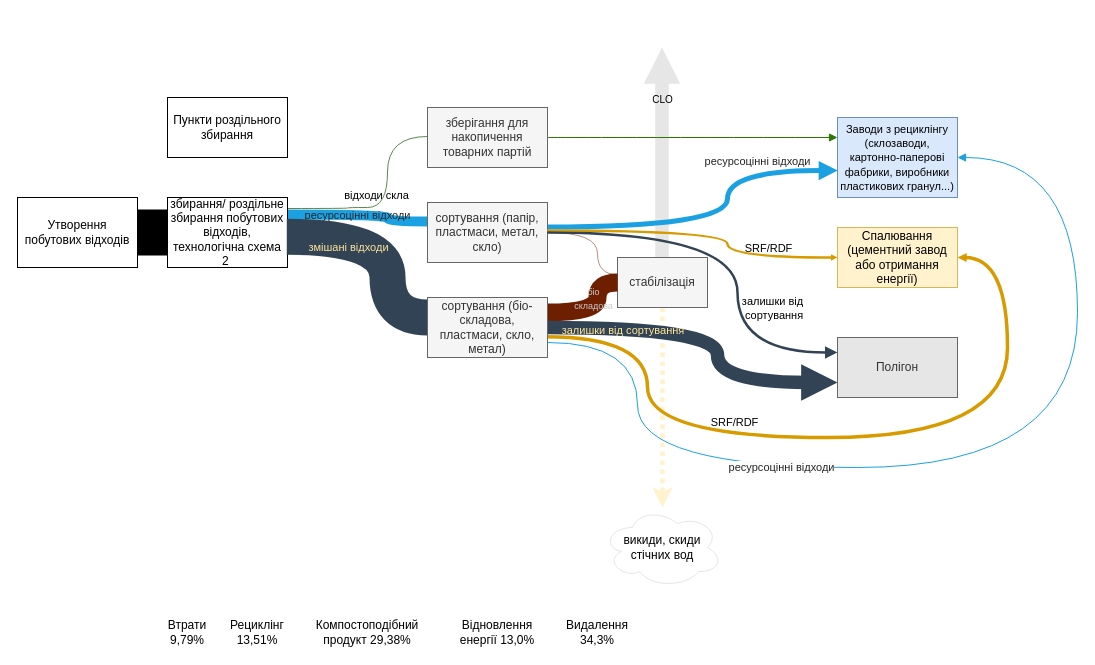
The draw.io diagram page "2035" (1 of 3) of Untitled Diagram.drawio in dianaaiandor/diagram-di, before the edit. Source tidied: cells renumbered, new cells numbered last; positions are measured from the earlier drawing's top-left corner, leaving out a move shared by most shapes. Both pictures are drawn from the tidied source at 100%, with x=0, y=0 at pixel (17, 47).
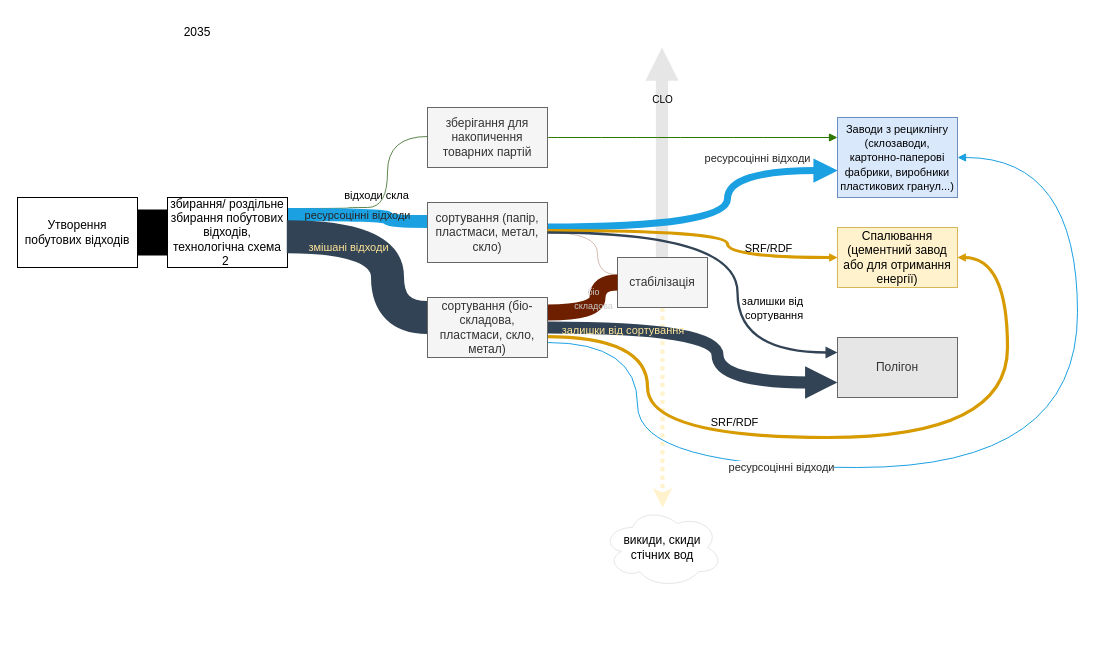
After the change.

Commit message:
Update Untitled Diagram 2030-2035.drawio

Unchanged cells that the change refers to:
```xml
<mxCell id="9" value="збирання/ роздільне збирання побутових відходів, технологічна схема 2&amp;nbsp;" style="rounded=0;whiteSpace=wrap;html=1;direction=west;" parent="1" vertex="1">
  <mxGeometry x="150" y="150" width="120" height="70" as="geometry" />
</mxCell>
<mxCell id="16" value="сортування (папір, пластмаси, метал, скло)" style="whiteSpace=wrap;html=1;rounded=0;fillColor=#f5f5f5;fontColor=#333333;strokeColor=#666666;" parent="1" vertex="1">
  <mxGeometry x="410" y="155" width="120" height="60" as="geometry" />
</mxCell>
<mxCell id="17" value="&lt;font style=&quot;font-size: 11px;&quot;&gt;Заводи з рециклінгу (склозаводи, картонно-паперові фабрики, виробники пластикових гранул...)&lt;/font&gt;" style="whiteSpace=wrap;html=1;fillColor=#dae8fc;strokeColor=#6c8ebf;rounded=0;" parent="1" vertex="1">
  <mxGeometry x="820" y="70" width="120" height="80" as="geometry" />
</mxCell>
<mxCell id="20" value="Полігон" style="whiteSpace=wrap;html=1;fillColor=#E6E6E6;strokeColor=#666666;fontColor=#333333;" parent="1" vertex="1">
  <mxGeometry x="820" y="290" width="120" height="60" as="geometry" />
</mxCell>
<mxCell id="22" value="стабілізація" style="whiteSpace=wrap;html=1;fillColor=#f5f5f5;fontColor=#333333;strokeColor=#666666;" parent="1" vertex="1">
  <mxGeometry x="600" y="210" width="90" height="50" as="geometry" />
</mxCell>
<mxCell id="29" value="викиди, скиди стічних вод" style="ellipse;shape=cloud;whiteSpace=wrap;html=1;strokeColor=#E6E6E6;" parent="1" vertex="1">
  <mxGeometry x="585" y="460" width="120" height="80" as="geometry" />
</mxCell>
<mxCell id="39" value="сортування (біо-складова, пластмаси, скло, метал)" style="rounded=0;whiteSpace=wrap;html=1;fillColor=#f5f5f5;fontColor=#333333;strokeColor=#666666;" parent="1" vertex="1">
  <mxGeometry x="410" y="250" width="120" height="60" as="geometry" />
</mxCell>
```

What changed in the source:
```diff
@@
-    <mxCell id="2" style="edgeStyle=orthogonalEdgeStyle;rounded=0;orthogonalLoop=1;jettySize=auto;html=1;exitX=0.5;exitY=0;exitDx=0;exitDy=0;curved=1;strokeWidth=13.5;endArrow=block;endFill=1;endSize=1;fillColor=#f5f5f5;strokeColor=#E6E6E6;" parent="1" edge="1">
+    <mxCell id="2" style="edgeStyle=orthogonalEdgeStyle;rounded=0;orthogonalLoop=1;jettySize=auto;html=1;exitX=0.5;exitY=0;exitDx=0;exitDy=0;curved=1;strokeWidth=12.3;endArrow=block;endFill=1;endSize=1;fillColor=#f5f5f5;strokeColor=#E6E6E6;" parent="1" edge="1">
       <mxGeometry relative="1" as="geometry">
         <mxPoint x="644.5" y="210" as="sourcePoint" />
         <mxPoint x="644.5" as="targetPoint" />
         <Array as="points">
           <mxPoint x="644.5" y="50" />
         </Array>
       </mxGeometry>
     </mxCell>
@@
-    <mxCell id="4" style="edgeStyle=orthogonalEdgeStyle;rounded=0;jettySize=auto;html=1;strokeWidth=4.5;fillColor=#f9f7ed;strokeColor=#FFF2CC;dashed=1;dashPattern=1 1;exitX=0.5;exitY=1;exitDx=0;exitDy=0;" parent="1" edge="1" source="22" target="29">
+    <mxCell id="4" style="edgeStyle=orthogonalEdgeStyle;rounded=0;jettySize=auto;html=1;strokeWidth=4.2;fillColor=#f9f7ed;strokeColor=#FFF2CC;dashed=1;dashPattern=1 1;exitX=0.5;exitY=1;exitDx=0;exitDy=0;" parent="1" edge="1" source="22" target="29">
       <mxGeometry relative="1" as="geometry">
         <Array as="points">
           <mxPoint x="645" y="410" />
           <mxPoint x="645" y="410" />
         </Array>
       </mxGeometry>
     </mxCell>
@@
-    <mxCell id="7" style="edgeStyle=orthogonalEdgeStyle;rounded=0;jettySize=auto;html=1;fillColor=#1ba1e2;strokeColor=#1BA1E2;strokeWidth=10;endArrow=none;endFill=0;curved=1;exitX=0.005;exitY=0.769;exitDx=0;exitDy=0;entryX=0.003;entryY=0.317;entryDx=0;entryDy=0;exitPerimeter=0;entryPerimeter=0;" parent="1" edge="1" target="16">
+    <mxCell id="7" style="edgeStyle=orthogonalEdgeStyle;rounded=0;jettySize=auto;html=1;fillColor=#1ba1e2;strokeColor=#1BA1E2;strokeWidth=13;endArrow=none;endFill=0;curved=1;exitX=0.005;exitY=0.769;exitDx=0;exitDy=0;entryX=0.003;entryY=0.317;entryDx=0;entryDy=0;exitPerimeter=0;entryPerimeter=0;" parent="1" edge="1" target="16">
       <mxGeometry relative="1" as="geometry">
         <mxPoint x="269.4" y="167" as="sourcePoint" />
         <Array as="points">
           <mxPoint x="370" y="167" />
           <mxPoint x="370" y="174" />
         </Array>
       </mxGeometry>
     </mxCell>
@@
-    <mxCell id="10" style="edgeStyle=orthogonalEdgeStyle;rounded=0;jettySize=auto;html=1;curved=1;entryX=1;entryY=0.5;entryDx=0;entryDy=0;strokeWidth=3.5;fillColor=#ffcd28;strokeColor=#d79b00;gradientColor=#ffa500;exitX=0.982;exitY=0.653;exitDx=0;exitDy=0;endArrow=block;endFill=1;exitPerimeter=0;endSize=0;" parent="1" edge="1" source="39" target="42">
+    <mxCell id="10" style="edgeStyle=orthogonalEdgeStyle;rounded=0;jettySize=auto;html=1;curved=1;entryX=1;entryY=0.5;entryDx=0;entryDy=0;strokeWidth=3.2;fillColor=#ffcd28;strokeColor=#d79b00;gradientColor=#ffa500;exitX=0.982;exitY=0.653;exitDx=0;exitDy=0;endArrow=block;endFill=1;exitPerimeter=0;endSize=0;" parent="1" edge="1" source="39" target="42">
       <mxGeometry relative="1" as="geometry">
         <Array as="points">
           <mxPoint x="630" y="289" />
           <mxPoint x="630" y="390" />
           <mxPoint x="990" y="390" />
           <mxPoint x="990" y="210" />
         </Array>
       </mxGeometry>
     </mxCell>
@@
-    <mxCell id="14" style="edgeStyle=orthogonalEdgeStyle;rounded=0;jettySize=auto;html=1;curved=1;strokeWidth=5;fillColor=#1ba1e2;strokeColor=#1BA1E2;endArrow=block;endFill=1;entryX=0.002;entryY=0.664;entryDx=0;entryDy=0;exitX=0.988;exitY=0.409;exitDx=0;exitDy=0;exitPerimeter=0;entryPerimeter=0;" parent="1" edge="1" source="16" target="17">
+    <mxCell id="14" style="edgeStyle=orthogonalEdgeStyle;rounded=0;jettySize=auto;html=1;curved=1;strokeWidth=7;fillColor=#1ba1e2;strokeColor=#1BA1E2;endArrow=block;endFill=1;entryX=0.002;entryY=0.664;entryDx=0;entryDy=0;exitX=0.988;exitY=0.409;exitDx=0;exitDy=0;exitPerimeter=0;entryPerimeter=0;" parent="1" edge="1" source="16" target="17">
       <mxGeometry relative="1" as="geometry">
         <Array as="points">
           <mxPoint x="710" y="179" />
           <mxPoint x="710" y="123" />
         </Array>
       </mxGeometry>
     </mxCell>
     <mxCell id="15" value="&lt;span style=&quot;caret-color: rgb(38, 38, 38); color: rgb(38, 38, 38);&quot;&gt;&lt;font face=&quot;Helvetica&quot;&gt;ресурсоцінні відходи&lt;/font&gt;&lt;/span&gt;" style="edgeLabel;html=1;align=center;verticalAlign=middle;labelBackgroundColor=none;" parent="14" vertex="1">
       <mxGeometry x="-0.18" y="5" relative="1" as="geometry">
-        <mxPoint x="68" y="-61" as="offset" />
+        <mxPoint x="68" y="-64" as="offset" />
       </mxGeometry>
     </mxCell>
@@
-    <mxCell id="18" style="edgeStyle=orthogonalEdgeStyle;jettySize=auto;html=1;rounded=0;curved=1;strokeWidth=2.5;fillColor=#ffcd28;strokeColor=#d79b00;gradientColor=#ffa500;startArrow=none;startFill=0;endArrow=block;endFill=1;exitX=1;exitY=0.5;exitDx=0;exitDy=0;endSize=0;entryX=0;entryY=0.5;entryDx=0;entryDy=0;" parent="1" edge="1" target="42">
+    <mxCell id="18" style="edgeStyle=orthogonalEdgeStyle;jettySize=auto;html=1;rounded=0;curved=1;strokeWidth=3.2;fillColor=#ffcd28;strokeColor=#d79b00;gradientColor=#ffa500;startArrow=none;startFill=0;endArrow=block;endFill=1;exitX=1;exitY=0.5;exitDx=0;exitDy=0;endSize=0;entryX=0;entryY=0.5;entryDx=0;entryDy=0;" parent="1" edge="1" target="42">
       <mxGeometry relative="1" as="geometry">
         <mxPoint x="530" y="183" as="sourcePoint" />
         <Array as="points">
           <mxPoint x="710" y="183" />
           <mxPoint x="710" y="210" />
         </Array>
       </mxGeometry>
     </mxCell>
@@
-    <mxCell id="21" style="edgeStyle=orthogonalEdgeStyle;jettySize=auto;html=1;rounded=0;entryX=-0.001;entryY=0.342;entryDx=0;entryDy=0;curved=1;strokeWidth=0.5;endArrow=none;endFill=0;fillColor=#a0522d;strokeColor=#6D1F00;exitX=1;exitY=0.5;exitDx=0;exitDy=0;entryPerimeter=0;" parent="1" edge="1" source="16" target="22">
+    <mxCell id="21" style="edgeStyle=orthogonalEdgeStyle;jettySize=auto;html=1;rounded=0;entryX=-0.001;entryY=0.342;entryDx=0;entryDy=0;curved=1;strokeWidth=0.3;endArrow=none;endFill=0;fillColor=#a0522d;strokeColor=#6D1F00;exitX=1;exitY=0.5;exitDx=0;exitDy=0;entryPerimeter=0;" parent="1" edge="1" source="16" target="22">
       <mxGeometry relative="1" as="geometry">
         <Array as="points">
           <mxPoint x="580" y="185" />
           <mxPoint x="580" y="227" />
         </Array>
       </mxGeometry>
     </mxCell>
@@
-    <mxCell id="23" style="edgeStyle=orthogonalEdgeStyle;jettySize=auto;html=1;rounded=0;curved=1;strokeWidth=18;endArrow=none;endFill=0;fillColor=#a0522d;strokeColor=#6D1F00;exitX=1;exitY=0.25;exitDx=0;exitDy=0;entryX=0;entryY=0.5;entryDx=0;entryDy=0;" parent="1" edge="1" source="39" target="22">
+    <mxCell id="23" style="edgeStyle=orthogonalEdgeStyle;jettySize=auto;html=1;rounded=0;curved=1;strokeWidth=16;endArrow=none;endFill=0;fillColor=#a0522d;strokeColor=#6D1F00;exitX=1;exitY=0.25;exitDx=0;exitDy=0;entryX=0;entryY=0.5;entryDx=0;entryDy=0;" parent="1" edge="1" source="39" target="22">
       <mxGeometry relative="1" as="geometry">
         <Array as="points">
           <mxPoint x="580" y="265" />
           <mxPoint x="580" y="235" />
         </Array>
       </mxGeometry>
     </mxCell>
@@
-    <mxCell id="25" style="edgeStyle=orthogonalEdgeStyle;jettySize=auto;html=1;rounded=0;curved=1;exitX=1;exitY=0.5;exitDx=0;exitDy=0;strokeWidth=13.5;fillColor=#647687;strokeColor=#314354;endArrow=block;endFill=1;endSize=1;entryX=0;entryY=0.75;entryDx=0;entryDy=0;" parent="1" edge="1" source="39" target="20">
+    <mxCell id="25" style="edgeStyle=orthogonalEdgeStyle;jettySize=auto;html=1;rounded=0;curved=1;exitX=1;exitY=0.5;exitDx=0;exitDy=0;strokeWidth=12;fillColor=#647687;strokeColor=#314354;endArrow=block;endFill=1;endSize=1;entryX=0;entryY=0.75;entryDx=0;entryDy=0;" parent="1" edge="1" source="39" target="20">
       <mxGeometry relative="1" as="geometry">
         <Array as="points">
           <mxPoint x="700" y="280" />
           <mxPoint x="700" y="335" />
         </Array>
       </mxGeometry>
     </mxCell>
@@
-    <mxCell id="30" value="Рециклінг 13,51%" style="text;strokeColor=none;align=center;fillColor=none;html=1;verticalAlign=middle;whiteSpace=wrap;rounded=0;" parent="1" vertex="1">
-      <mxGeometry x="210" y="570" width="60" height="30" as="geometry" />
-    </mxCell>
-    <mxCell id="31" value="Відновлення енергії 13,0%" style="text;strokeColor=none;align=center;fillColor=none;html=1;verticalAlign=middle;whiteSpace=wrap;rounded=0;" parent="1" vertex="1">
-      <mxGeometry x="430" y="570" width="100" height="30" as="geometry" />
-    </mxCell>
-    <mxCell id="32" value="Видалення 34,3%" style="text;strokeColor=none;align=center;fillColor=none;html=1;verticalAlign=middle;whiteSpace=wrap;rounded=0;" parent="1" vertex="1">
-      <mxGeometry x="530" y="570" width="100" height="30" as="geometry" />
-    </mxCell>
-    <mxCell id="33" value="Компостоподібний продукт 29,38%" style="text;strokeColor=none;align=center;fillColor=none;html=1;verticalAlign=middle;whiteSpace=wrap;rounded=0;" parent="1" vertex="1">
-      <mxGeometry x="290" y="570" width="120" height="30" as="geometry" />
-    </mxCell>
-    <mxCell id="34" value="Втрати 9,79%" style="text;strokeColor=none;align=center;fillColor=none;html=1;verticalAlign=middle;whiteSpace=wrap;rounded=0;" parent="1" vertex="1">
-      <mxGeometry x="140" y="570" width="60" height="30" as="geometry" />
-    </mxCell>
@@
-    <mxCell id="37" style="edgeStyle=orthogonalEdgeStyle;rounded=0;jettySize=auto;html=1;curved=1;strokeWidth=36;endArrow=none;endFill=0;endSize=13;fontColor=#7a7a7a;fillColor=#647687;strokeColor=#314354;exitX=0.006;exitY=0.441;exitDx=0;exitDy=0;exitPerimeter=0;" parent="1" edge="1" source="9" target="39">
+    <mxCell id="37" style="edgeStyle=orthogonalEdgeStyle;rounded=0;jettySize=auto;html=1;curved=1;strokeWidth=33;endArrow=none;endFill=0;endSize=13;fontColor=#7a7a7a;fillColor=#647687;strokeColor=#314354;exitX=0.006;exitY=0.441;exitDx=0;exitDy=0;exitPerimeter=0;" parent="1" edge="1" source="9" target="39">
       <mxGeometry relative="1" as="geometry">
         <Array as="points">
           <mxPoint x="370" y="189" />
           <mxPoint x="370" y="270" />
         </Array>
       </mxGeometry>
     </mxCell>
@@
-    <mxCell id="40" style="edgeStyle=orthogonalEdgeStyle;jettySize=auto;html=1;rounded=0;curved=1;strokeWidth=2.5;fillColor=#647687;strokeColor=#314354;entryX=0;entryY=0.25;entryDx=0;entryDy=0;endArrow=block;endFill=1;exitX=1;exitY=0.5;exitDx=0;exitDy=0;" parent="1" edge="1" source="16" target="20">
+    <mxCell id="40" style="edgeStyle=orthogonalEdgeStyle;jettySize=auto;html=1;rounded=0;curved=1;strokeWidth=2.3;fillColor=#647687;strokeColor=#314354;entryX=0;entryY=0.25;entryDx=0;entryDy=0;endArrow=block;endFill=1;exitX=1;exitY=0.5;exitDx=0;exitDy=0;" parent="1" edge="1" source="16" target="20">
       <mxGeometry relative="1" as="geometry">
         <Array as="points">
           <mxPoint x="720" y="185" />
           <mxPoint x="720" y="305" />
         </Array>
       </mxGeometry>
     </mxCell>
@@
-    <mxCell id="42" value="Спалювання (цементний завод або отримання енергії)" style="whiteSpace=wrap;html=1;fillColor=#fff2cc;strokeColor=#d6b656;" parent="1" vertex="1">
+    <mxCell id="42" value="Спалювання (цементний завод або для отримання енергії)" style="whiteSpace=wrap;html=1;fillColor=#fff2cc;strokeColor=#d6b656;" parent="1" vertex="1">
       <mxGeometry x="820" y="180" width="120" height="60" as="geometry" />
     </mxCell>
-    <mxCell id="43" value="Пункти роздільного збирання" style="whiteSpace=wrap;html=1;" parent="1" vertex="1">
-      <mxGeometry x="150" y="50" width="120" height="60" as="geometry" />
-    </mxCell>
+    <mxCell id="44" value="2035" style="text;strokeColor=none;align=center;fillColor=none;html=1;verticalAlign=middle;whiteSpace=wrap;rounded=0;" parent="1" vertex="1">
+      <mxGeometry x="150" y="-30" width="60" height="30" as="geometry" />
+    </mxCell>
```
